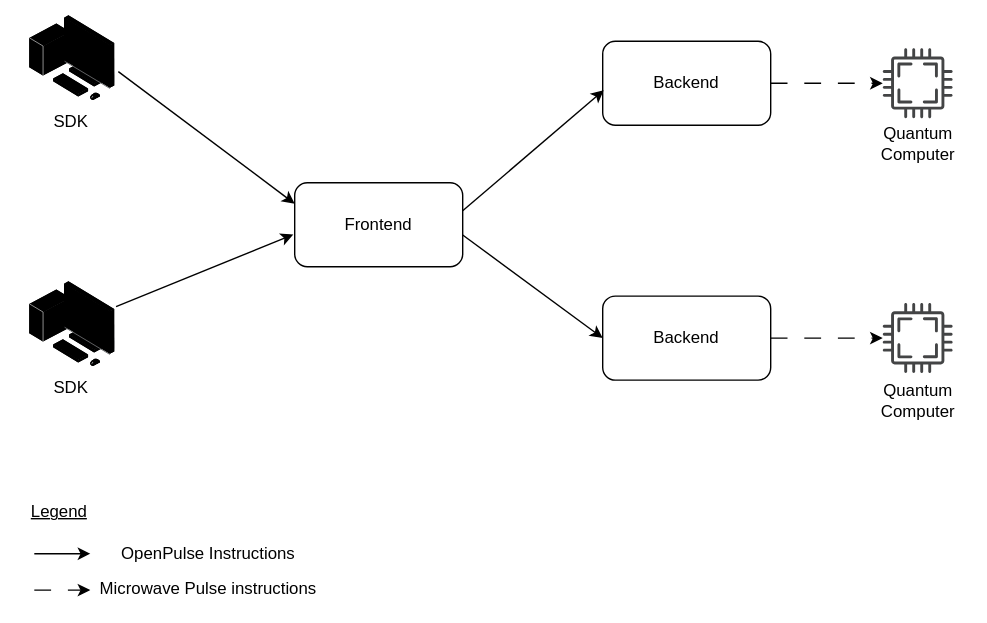
Before: assets/img/index/tergite-overview.svg, a diagram exported from draw.io (tergite/tergite.github.io). Source tidied: cells renumbered, new cells last; positions are measured from the earlier drawing's top-left corner, leaving out a move shared by most shapes.
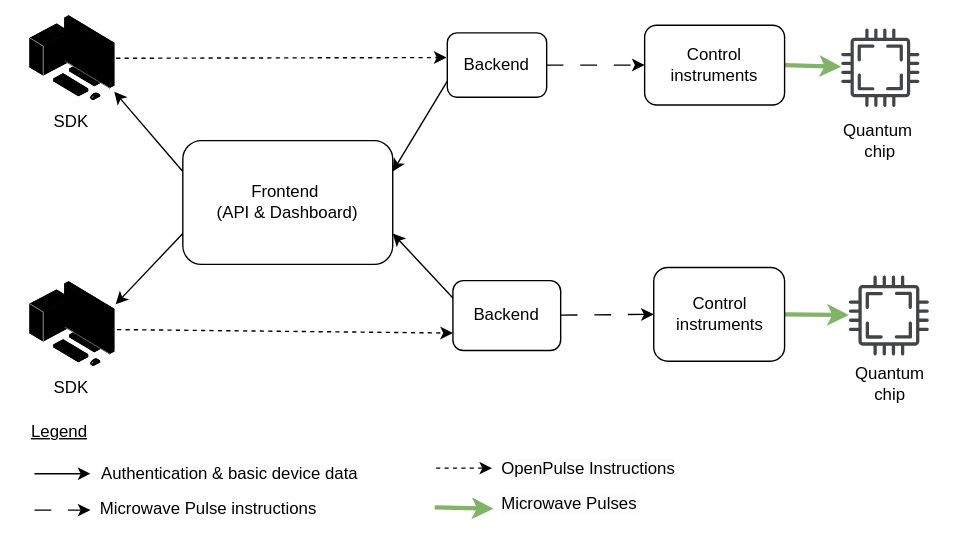
The same file after the commit.

Commit message:
Update the tergite overview diagram

The edit, as a diff of the source:
```diff
@@ -2,52 +2,50 @@
   <root>
     <mxCell id="0" />
     <mxCell id="1" parent="0" />
-    <mxCell id="2" style="edgeStyle=orthogonalEdgeStyle;rounded=0;jettySize=auto;html=1;dashed=1;dashPattern=12 12;" parent="1" edge="1" source="3" target="11">
+    <mxCell id="2" style="rounded=0;jettySize=auto;html=1;fillColor=#d5e8d4;strokeColor=#82b366;strokeWidth=3;exitX=1;exitY=0.5;exitDx=0;exitDy=0;" parent="1" edge="1" source="31" target="11">
       <mxGeometry relative="1" as="geometry" />
     </mxCell>
     <mxCell id="3" value="Backend" style="rounded=1;whiteSpace=wrap;html=1;" parent="1" vertex="1">
-      <mxGeometry x="420" y="19" width="120" height="60" as="geometry" />
+      <mxGeometry x="309" y="13" width="71" height="46" as="geometry" />
     </mxCell>
-    <mxCell id="4" style="edgeStyle=orthogonalEdgeStyle;rounded=0;jettySize=auto;html=1;dashed=1;dashPattern=12 12;" parent="1" edge="1" source="5" target="14">
+    <mxCell id="4" style="rounded=0;jettySize=auto;html=1;dashed=1;dashPattern=12 12;entryX=0;entryY=0.5;entryDx=0;entryDy=0;" parent="1" edge="1" source="5" target="37">
       <mxGeometry relative="1" as="geometry" />
     </mxCell>
     <mxCell id="5" value="Backend" style="rounded=1;whiteSpace=wrap;html=1;" parent="1" vertex="1">
-      <mxGeometry x="420" y="201" width="120" height="60" as="geometry" />
+      <mxGeometry x="313" y="190" width="77" height="50" as="geometry" />
     </mxCell>
-    <mxCell id="6" value="Frontend" style="rounded=1;whiteSpace=wrap;html=1;" parent="1" vertex="1">
-      <mxGeometry x="200" y="120" width="120" height="60" as="geometry" />
+    <mxCell id="6" value="Frontend&amp;nbsp;&lt;div&gt;(API &amp;amp; Dashboard)&lt;/div&gt;" style="rounded=1;whiteSpace=wrap;html=1;" parent="1" vertex="1">
+      <mxGeometry x="120" y="90" width="150" height="88.4" as="geometry" />
     </mxCell>
-    <mxCell id="7" style="rounded=0;jettySize=auto;html=1;entryX=0;entryY=0.25;entryDx=0;entryDy=0;exitX=1.026;exitY=0.652;exitDx=0;exitDy=0;exitPerimeter=0;" parent="1" edge="1" source="17" target="6">
+    <mxCell id="7" style="rounded=0;jettySize=auto;html=1;exitX=0;exitY=0.25;exitDx=0;exitDy=0;entryX=0.978;entryY=0.881;entryDx=0;entryDy=0;entryPerimeter=0;" parent="1" edge="1" source="6" target="14">
       <mxGeometry relative="1" as="geometry" />
     </mxCell>
-    <mxCell id="8" style="rounded=0;jettySize=auto;html=1;entryX=0.006;entryY=0.583;entryDx=0;entryDy=0;entryPerimeter=0;" parent="1" edge="1" target="3">
-      <mxGeometry relative="1" as="geometry">
-        <mxPoint x="320" y="140" as="sourcePoint" />
-      </mxGeometry>
+    <mxCell id="8" style="rounded=0;jettySize=auto;html=1;entryX=1;entryY=0.25;entryDx=0;entryDy=0;exitX=0;exitY=0.75;exitDx=0;exitDy=0;" parent="1" edge="1" source="3" target="6">
+      <mxGeometry relative="1" as="geometry" />
     </mxCell>
-    <mxCell id="9" style="rounded=0;jettySize=auto;html=1;entryX=0;entryY=0.5;entryDx=0;entryDy=0;exitX=1;exitY=0.622;exitDx=0;exitDy=0;exitPerimeter=0;" parent="1" edge="1" source="6" target="5">
+    <mxCell id="9" style="rounded=0;jettySize=auto;html=1;exitX=0;exitY=0.25;exitDx=0;exitDy=0;entryX=1;entryY=0.75;entryDx=0;entryDy=0;" parent="1" edge="1" source="5" target="6">
       <mxGeometry relative="1" as="geometry" />
     </mxCell>
     <mxCell id="10" style="group;" parent="1" vertex="1">
-      <mxGeometry x="605" y="24" width="80" height="88.4" as="geometry" />
+      <mxGeometry x="569.8" y="7.5" width="110" height="110" as="geometry" />
     </mxCell>
     <mxCell id="11" style="sketch=0;shadow=0;dashed=0;html=1;strokeColor=none;fillColor=#434445;labelPosition=center;verticalLabelPosition=bottom;verticalAlign=top;align=center;outlineConnect=0;shape=mxgraph.vvd.cpu;" parent="10" vertex="1">
-      <mxGeometry x="15" width="50" height="50" as="geometry" />
+      <mxGeometry x="20.6" y="2.4" width="56" height="56" as="geometry" />
     </mxCell>
-    <mxCell id="12" value="Quantum&lt;br&gt;Computer" style="text;html=1;align=center;verticalAlign=middle;strokeColor=none;fillColor=none;" parent="10" vertex="1">
-      <mxGeometry y="48.4" width="80" height="40" as="geometry" />
+    <mxCell id="12" value="Quantum&amp;nbsp;&lt;div&gt;&lt;span style=&quot;background-color: initial;&quot;&gt;chip&lt;/span&gt;&lt;/div&gt;" style="text;html=1;align=center;verticalAlign=middle;strokeColor=none;fillColor=none;" parent="10" vertex="1">
+      <mxGeometry x="8.3" y="62.4" width="80" height="40" as="geometry" />
     </mxCell>
     <mxCell id="13" style="group;" parent="1" vertex="1">
-      <mxGeometry x="605" y="206" width="80" height="90" as="geometry" />
+      <mxGeometry width="100" height="97.4" as="geometry" />
     </mxCell>
-    <mxCell id="14" style="sketch=0;shadow=0;dashed=0;html=1;strokeColor=none;fillColor=#434445;labelPosition=center;verticalLabelPosition=bottom;verticalAlign=top;align=center;outlineConnect=0;shape=mxgraph.vvd.cpu;" parent="13" vertex="1">
-      <mxGeometry x="15" width="50" height="50" as="geometry" />
+    <mxCell id="14" style="image;points=[];html=1;align=center;shadow=0;dashed=0;image=img/lib/allied_telesis/computer_and_terminals/Personal_Computer_with_Server.svg;" parent="13" vertex="1">
+      <mxGeometry x="10" width="62.4" height="62.4" as="geometry" />
     </mxCell>
-    <mxCell id="15" value="Quantum&lt;br&gt;Computer" style="text;html=1;align=center;verticalAlign=middle;strokeColor=none;fillColor=none;" parent="13" vertex="1">
-      <mxGeometry y="50" width="80" height="40" as="geometry" />
+    <mxCell id="15" value="SDK" style="text;html=1;align=center;verticalAlign=middle;strokeColor=none;fillColor=none;" parent="13" vertex="1">
+      <mxGeometry x="15" y="62.4" width="50" height="30" as="geometry" />
     </mxCell>
     <mxCell id="16" style="group;" parent="1" vertex="1">
-      <mxGeometry width="100" height="97.4" as="geometry" />
+      <mxGeometry y="190" width="100" height="97.4" as="geometry" />
     </mxCell>
     <mxCell id="17" style="image;points=[];html=1;align=center;shadow=0;dashed=0;image=img/lib/allied_telesis/computer_and_terminals/Personal_Computer_with_Server.svg;" parent="16" vertex="1">
       <mxGeometry x="10" width="62.4" height="62.4" as="geometry" />
@@ -55,47 +53,80 @@
     <mxCell id="18" value="SDK" style="text;html=1;align=center;verticalAlign=middle;strokeColor=none;fillColor=none;" parent="16" vertex="1">
       <mxGeometry x="15" y="62.4" width="50" height="30" as="geometry" />
     </mxCell>
-    <mxCell id="19" style="group;" parent="1" vertex="1">
-      <mxGeometry y="190" width="100" height="97.4" as="geometry" />
+    <mxCell id="19" style="rounded=0;jettySize=auto;html=1;entryX=0.994;entryY=0.272;entryDx=0;entryDy=0;entryPerimeter=0;exitX=0;exitY=0.75;exitDx=0;exitDy=0;" parent="1" edge="1" source="6" target="17">
+      <mxGeometry relative="1" as="geometry" />
     </mxCell>
-    <mxCell id="20" style="image;points=[];html=1;align=center;shadow=0;dashed=0;image=img/lib/allied_telesis/computer_and_terminals/Personal_Computer_with_Server.svg;" parent="19" vertex="1">
-      <mxGeometry x="10" width="62.4" height="62.4" as="geometry" />
+    <mxCell id="20" style="group;" parent="1" vertex="1">
+      <mxGeometry x="10" y="283" width="260" height="85" as="geometry" />
     </mxCell>
-    <mxCell id="21" value="SDK" style="text;html=1;align=center;verticalAlign=middle;strokeColor=none;fillColor=none;" parent="19" vertex="1">
-      <mxGeometry x="15" y="62.4" width="50" height="30" as="geometry" />
+    <mxCell id="21" value="Microwave Pulse instructions" style="text;html=1;align=center;verticalAlign=middle;strokeColor=none;fillColor=none;" parent="20" vertex="1">
+      <mxGeometry x="58" y="55" width="140" height="30" as="geometry" />
     </mxCell>
-    <mxCell id="22" style="rounded=0;jettySize=auto;html=1;entryX=-0.008;entryY=0.617;entryDx=0;entryDy=0;entryPerimeter=0;" parent="1" edge="1" source="20" target="6">
-      <mxGeometry relative="1" as="geometry" />
+    <mxCell id="22" style="endArrow=classic;html=1;rounded=0;" parent="20" edge="1">
+      <mxGeometry relative="1" as="geometry">
+        <mxPoint x="4" y="45" as="sourcePoint" />
+        <mxPoint x="44" y="45" as="targetPoint" />
+        <Array as="points">
+          <mxPoint x="4" y="45" />
+        </Array>
+      </mxGeometry>
     </mxCell>
-    <mxCell id="23" style="group;" parent="1" vertex="1">
-      <mxGeometry x="10" y="340" width="203" height="85" as="geometry" />
+    <mxCell id="23" value="Authentication &amp;amp; basic device data" style="text;html=1;align=left;verticalAlign=middle;strokeColor=none;fillColor=none;" parent="20" vertex="1">
+      <mxGeometry x="50" y="30" width="210" height="30" as="geometry" />
     </mxCell>
-    <mxCell id="24" value="Microwave Pulse instructions" style="text;html=1;align=center;verticalAlign=middle;strokeColor=none;fillColor=none;" parent="23" vertex="1">
-      <mxGeometry x="58" y="55" width="140" height="30" as="geometry" />
+    <mxCell id="24" value="&lt;u&gt;Legend&lt;/u&gt;" style="text;html=1;align=left;verticalAlign=middle;strokeColor=none;fillColor=none;" parent="20" vertex="1">
+      <mxGeometry width="60" height="30" as="geometry" />
     </mxCell>
-    <mxCell id="25" style="endArrow=classic;html=1;rounded=0;" parent="23" edge="1">
+    <mxCell id="25" style="endArrow=classic;html=1;rounded=0;dashed=1;dashPattern=12 12;" parent="20" edge="1">
       <mxGeometry relative="1" as="geometry">
-        <mxPoint x="4" y="45" as="sourcePoint" />
-        <mxPoint x="44" y="45" as="targetPoint" />
+        <mxPoint x="4" y="71" as="sourcePoint" />
+        <mxPoint x="44" y="71" as="targetPoint" />
         <Array as="points">
-          <mxPoint x="4" y="45" />
+          <mxPoint x="4" y="71" />
         </Array>
       </mxGeometry>
     </mxCell>
-    <mxCell id="26" value="OpenPulse Instructions" style="text;html=1;align=center;verticalAlign=middle;strokeColor=none;fillColor=none;" parent="23" vertex="1">
-      <mxGeometry x="53" y="30" width="150" height="30" as="geometry" />
+    <mxCell id="26" style="rounded=0;jettySize=auto;html=1;entryX=0;entryY=0.75;entryDx=0;entryDy=0;exitX=1.01;exitY=0.561;exitDx=0;exitDy=0;exitPerimeter=0;dashed=1;fillColor=#60a917;strokeColor=#000000;" parent="1" edge="1" source="17" target="5">
+      <mxGeometry relative="1" as="geometry" />
     </mxCell>
-    <mxCell id="27" value="&lt;u&gt;Legend&lt;/u&gt;" style="text;html=1;align=left;verticalAlign=middle;strokeColor=none;fillColor=none;" parent="23" vertex="1">
-      <mxGeometry width="60" height="30" as="geometry" />
+    <mxCell id="27" style="rounded=0;jettySize=auto;html=1;entryX=-0.008;entryY=0.383;entryDx=0;entryDy=0;entryPerimeter=0;dashed=1;" parent="1" edge="1" source="14" target="3">
+      <mxGeometry relative="1" as="geometry" />
     </mxCell>
-    <mxCell id="28" style="endArrow=classic;html=1;rounded=0;dashed=1;dashPattern=12 12;" parent="23" edge="1">
+    <mxCell id="28" style="rounded=0;orthogonalLoop=1;jettySize=auto;html=1;dashed=1;" parent="1" edge="1">
       <mxGeometry relative="1" as="geometry">
-        <mxPoint x="4" y="71" as="sourcePoint" />
-        <mxPoint x="44" y="71" as="targetPoint" />
-        <Array as="points">
-          <mxPoint x="4" y="71" />
-        </Array>
+        <mxPoint x="301" y="324" as="sourcePoint" />
+        <mxPoint x="341" y="324" as="targetPoint" />
       </mxGeometry>
     </mxCell>
+    <mxCell id="29" value="&lt;span style=&quot;color: rgb(0, 0, 0); font-family: Helvetica; font-size: 12px; font-style: normal; font-variant-ligatures: normal; font-variant-caps: normal; font-weight: 400; letter-spacing: normal; orphans: 2; text-align: center; text-indent: 0px; text-transform: none; widows: 2; word-spacing: 0px; -webkit-text-stroke-width: 0px; white-space: nowrap; background-color: rgb(251, 251, 251); text-decoration-thickness: initial; text-decoration-style: initial; text-decoration-color: initial; display: inline !important; float: none;&quot;&gt;OpenPulse Instructions&lt;/span&gt;" style="text;whiteSpace=wrap;html=1;" parent="1" vertex="1">
+      <mxGeometry x="346" y="311" width="160" height="32" as="geometry" />
+    </mxCell>
+    <mxCell id="30" style="rounded=0;jettySize=auto;html=1;dashed=1;dashPattern=12 12;" parent="1" edge="1" source="3" target="31">
+      <mxGeometry relative="1" as="geometry" />
+    </mxCell>
+    <mxCell id="31" value="Control instruments" style="rounded=1;whiteSpace=wrap;html=1;" parent="1" vertex="1">
+      <mxGeometry x="450" y="7.5" width="100" height="57" as="geometry" />
+    </mxCell>
+    <mxCell id="32" style="rounded=0;orthogonalLoop=1;jettySize=auto;html=1;fillColor=#d5e8d4;strokeColor=#82b366;strokeWidth=3;" parent="1" edge="1">
+      <mxGeometry relative="1" as="geometry">
+        <mxPoint x="300" y="352" as="sourcePoint" />
+        <mxPoint x="342" y="353" as="targetPoint" />
+      </mxGeometry>
+    </mxCell>
+    <mxCell id="33" value="&lt;span style=&quot;color: rgb(0, 0, 0); font-family: Helvetica; font-size: 12px; font-style: normal; font-variant-ligatures: normal; font-variant-caps: normal; font-weight: 400; letter-spacing: normal; orphans: 2; text-align: center; text-indent: 0px; text-transform: none; widows: 2; word-spacing: 0px; -webkit-text-stroke-width: 0px; white-space: nowrap; background-color: rgb(251, 251, 251); text-decoration-thickness: initial; text-decoration-style: initial; text-decoration-color: initial; display: inline !important; float: none;&quot;&gt;Microwave Pulses&lt;/span&gt;" style="text;whiteSpace=wrap;html=1;" parent="1" vertex="1">
+      <mxGeometry x="346" y="336" width="160" height="32" as="geometry" />
+    </mxCell>
+    <mxCell id="34" style="rounded=0;jettySize=auto;html=1;fillColor=#d5e8d4;strokeColor=#82b366;strokeWidth=3;exitX=1;exitY=0.5;exitDx=0;exitDy=0;" parent="1" edge="1" source="37" target="35">
+      <mxGeometry relative="1" as="geometry" />
+    </mxCell>
+    <mxCell id="35" style="sketch=0;shadow=0;dashed=0;html=1;strokeColor=none;fillColor=#434445;labelPosition=center;verticalLabelPosition=bottom;verticalAlign=top;align=center;outlineConnect=0;shape=mxgraph.vvd.cpu;" parent="1" vertex="1">
+      <mxGeometry x="595.9" y="186.4" width="57.2" height="57.2" as="geometry" />
+    </mxCell>
+    <mxCell id="36" value="Quantum&lt;div&gt;chip&lt;/div&gt;" style="text;html=1;align=center;verticalAlign=middle;strokeColor=none;fillColor=none;" parent="1" vertex="1">
+      <mxGeometry x="589.5" y="243.6" width="70" height="40" as="geometry" />
+    </mxCell>
+    <mxCell id="37" value="Control instruments" style="rounded=1;whiteSpace=wrap;html=1;" parent="1" vertex="1">
+      <mxGeometry x="456.5" y="180.6" width="93.5" height="67" as="geometry" />
+    </mxCell>
   </root>
 </mxGraphModel>
```
